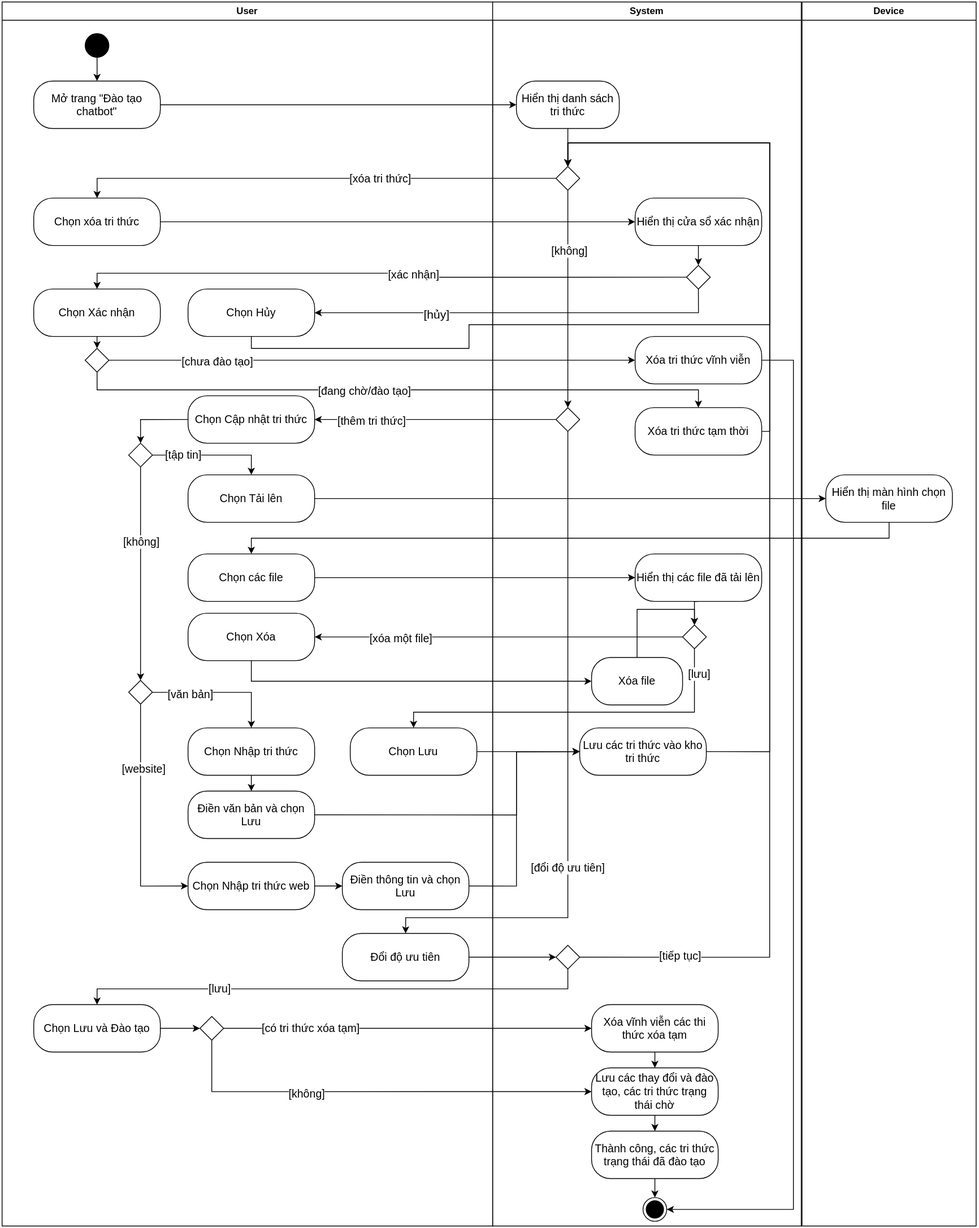
This is Dg_Activity/Activity Diagram - Remake-daotao.drawio.svg from DavidNguyen2212/DACN-TN_Chatbot_for_Enterprise, a draw.io export, as it was before one commit. Source tidied: cells renumbered, new cells last; positions are measured from the earlier drawing's top-left corner, leaving out a move shared by most shapes.
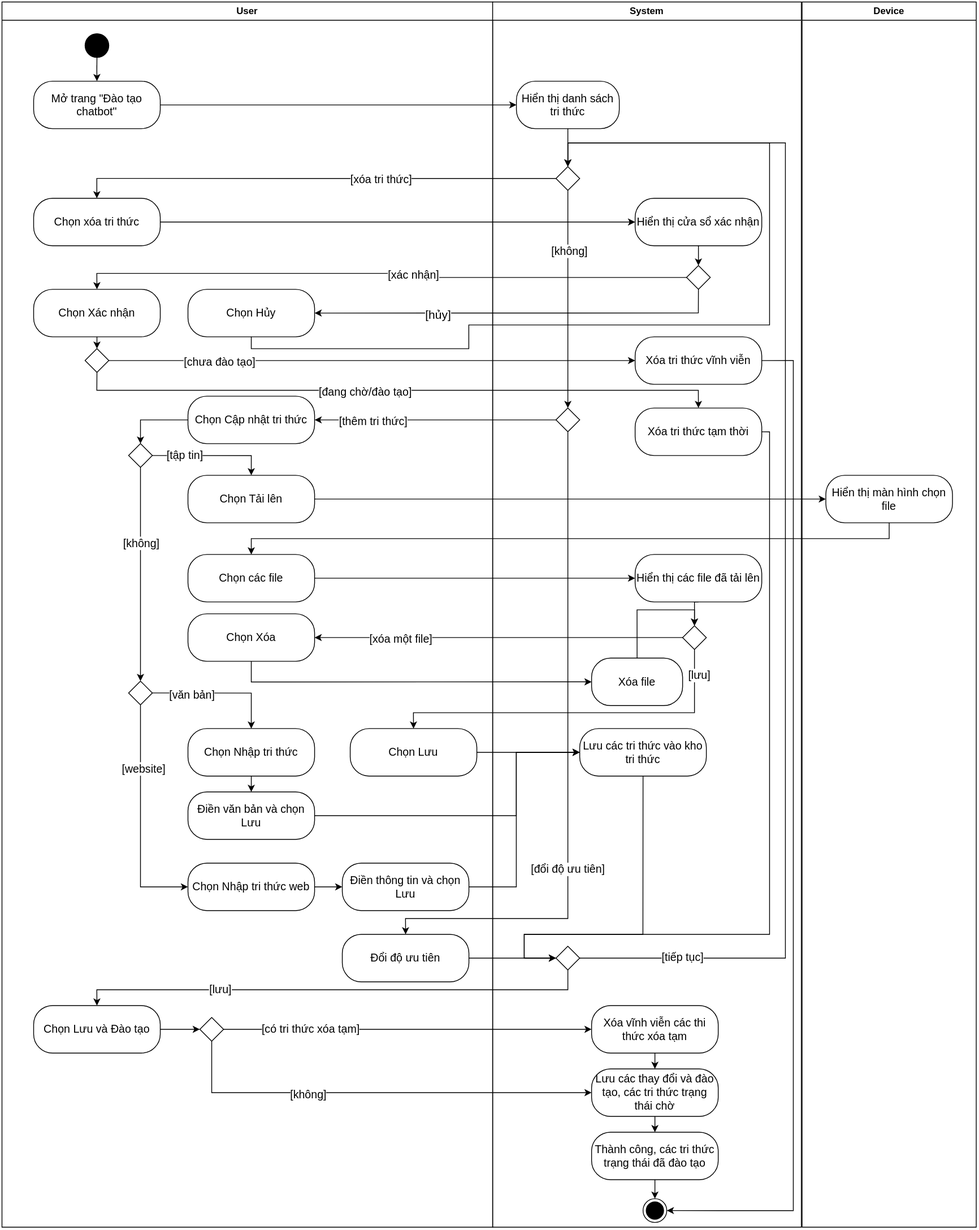
The same file after the commit.

The edit, as a diff of the source:
```diff
@@ -130,12 +130,12 @@
     <mxCell id="43" value="Xóa file" style="rounded=1;whiteSpace=wrap;html=1;arcSize=40;fontSize=14;" parent="28" vertex="1">
       <mxGeometry x="125" y="829" width="115" height="60" as="geometry" />
     </mxCell>
-    <mxCell id="44" style="edgeStyle=orthogonalEdgeStyle;rounded=0;jettySize=auto;html=1;exitX=1;exitY=0.5;exitDx=0;exitDy=0;entryX=0.5;entryY=0;entryDx=0;entryDy=0;" parent="28" edge="1" source="45" target="37">
+    <mxCell id="44" style="edgeStyle=orthogonalEdgeStyle;rounded=0;jettySize=auto;html=1;exitX=0.5;exitY=1;exitDx=0;exitDy=0;entryX=0;entryY=0.5;entryDx=0;entryDy=0;" parent="28" edge="1" source="45" target="46">
       <mxGeometry relative="1" as="geometry">
         <Array as="points">
-          <mxPoint x="350" y="948" />
-          <mxPoint x="350" y="178" />
-          <mxPoint x="95" y="178" />
+          <mxPoint x="190" y="1178" />
+          <mxPoint x="40" y="1178" />
+          <mxPoint x="40" y="1208" />
         </Array>
       </mxGeometry>
     </mxCell>
@@ -148,8 +148,8 @@
     <mxCell id="47" style="edgeStyle=orthogonalEdgeStyle;rounded=0;jettySize=auto;html=1;exitX=1;exitY=0.5;exitDx=0;exitDy=0;entryX=0.5;entryY=0;entryDx=0;entryDy=0;" parent="28" edge="1" source="46" target="37">
       <mxGeometry relative="1" as="geometry">
         <Array as="points">
-          <mxPoint x="350" y="1208" />
-          <mxPoint x="350" y="178" />
+          <mxPoint x="370" y="1208" />
+          <mxPoint x="370" y="178" />
           <mxPoint x="95" y="178" />
         </Array>
       </mxGeometry>
@@ -165,12 +165,13 @@
         </Array>
       </mxGeometry>
     </mxCell>
-    <mxCell id="50" style="edgeStyle=orthogonalEdgeStyle;rounded=0;jettySize=auto;html=1;exitX=1;exitY=0.5;exitDx=0;exitDy=0;entryX=0.5;entryY=0;entryDx=0;entryDy=0;" parent="28" edge="1" source="51" target="37">
+    <mxCell id="50" style="edgeStyle=orthogonalEdgeStyle;rounded=0;jettySize=auto;html=1;exitX=1;exitY=0.5;exitDx=0;exitDy=0;entryX=0;entryY=0.5;entryDx=0;entryDy=0;" parent="28" edge="1" source="51" target="46">
       <mxGeometry relative="1" as="geometry">
         <Array as="points">
           <mxPoint x="350" y="543" />
-          <mxPoint x="350" y="178" />
-          <mxPoint x="95" y="178" />
+          <mxPoint x="350" y="1178" />
+          <mxPoint x="40" y="1178" />
+          <mxPoint x="40" y="1208" />
         </Array>
       </mxGeometry>
     </mxCell>
```
